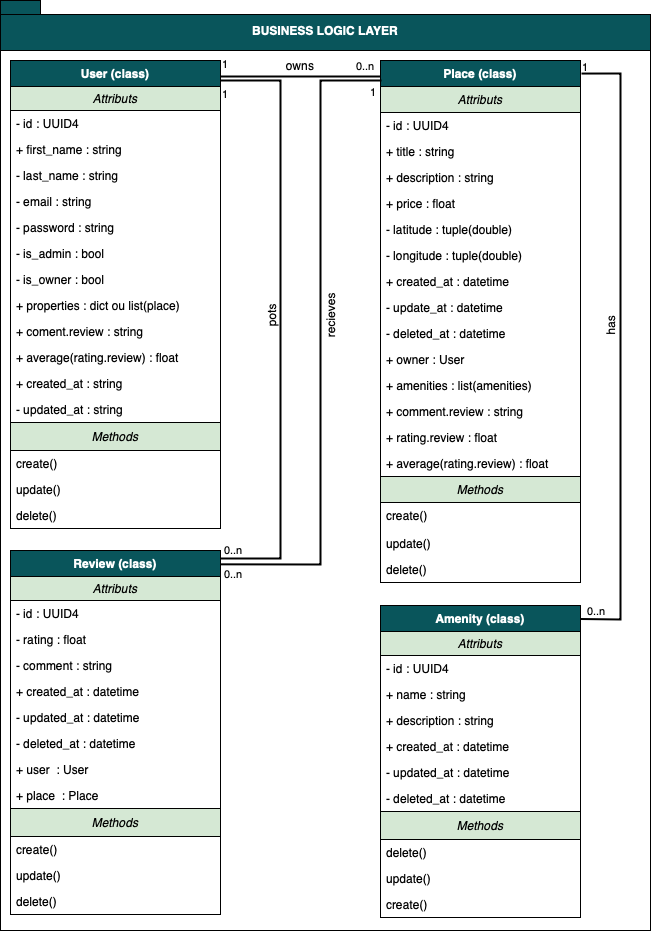
thomas-maye/holbertonschool-hbnb keeps this draw.io diagram as 1. Detailed Class Diagram for Business Logic Layer.drawio.png. Above is the earlier version. Source tidied: cells renumbered, new cells last; positions are measured from the earlier drawing's top-left corner, leaving out a move shared by most shapes.
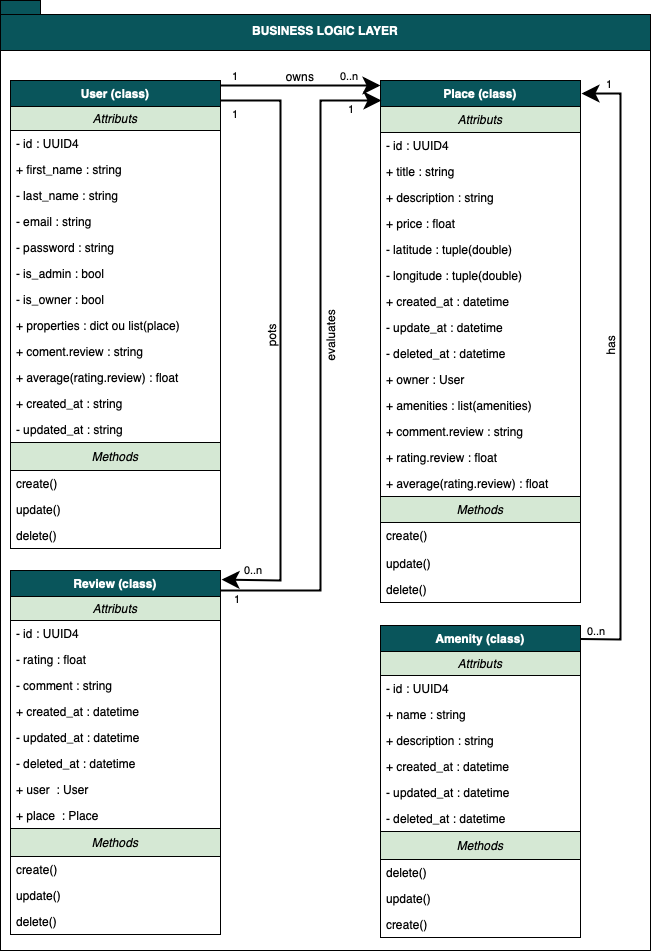
After the change.

The edit, as a diff of the source:
```diff
@@ -3,7 +3,7 @@
     <mxCell id="0" />
     <mxCell id="1" parent="0" />
     <mxCell id="2" style="rounded=0;whiteSpace=wrap;html=1;" parent="1" vertex="1">
-      <mxGeometry y="50" width="650" height="880" as="geometry" />
+      <mxGeometry y="30" width="650" height="900" as="geometry" />
     </mxCell>
     <mxCell id="3" value="User (class)" style="swimlane;fontStyle=1;align=center;verticalAlign=top;horizontal=1;startSize=26;rounded=0;shadow=0;strokeWidth=1;fillColor=#09555B;fontColor=#FFFFFF;" parent="1" vertex="1">
       <mxGeometry x="10" y="60" width="210" height="468" as="geometry" />
@@ -198,39 +198,40 @@
       <mxGeometry y="496" width="200" height="26" as="geometry" />
     </mxCell>
     <mxCell id="67" value="BUSINESS LOGIC LAYER" style="shape=folder;fontStyle=1;spacingTop=10;tabWidth=40;tabHeight=14;tabPosition=left;html=1;whiteSpace=wrap;fillColor=#09555B;fontColor=#FFFFFF;" parent="1" vertex="1">
-      <mxGeometry width="650" height="50" as="geometry" />
+      <mxGeometry y="-20" width="650" height="50" as="geometry" />
     </mxCell>
-    <mxCell id="68" value="1" style="endArrow=none;html=1;endSize=12;startArrow=none;startSize=14;startFill=0;edgeStyle=orthogonalEdgeStyle;align=left;verticalAlign=bottom;rounded=0;endFill=0;strokeWidth=2;" parent="1" edge="1">
+    <mxCell id="68" style="endArrow=classic;html=1;endSize=12;startArrow=none;startSize=6;startFill=0;edgeStyle=orthogonalEdgeStyle;align=left;verticalAlign=bottom;rounded=0;endFill=1;strokeWidth=2;arcSize=20;" parent="1" edge="1">
       <mxGeometry x="-1" y="3" relative="1" as="geometry">
-        <mxPoint x="220" y="76" as="sourcePoint" />
-        <mxPoint x="380" y="76" as="targetPoint" />
+        <mxPoint x="220" y="65" as="sourcePoint" />
+        <mxPoint x="380" y="65" as="targetPoint" />
       </mxGeometry>
     </mxCell>
     <mxCell id="69" value="&lt;span style=&quot;caret-color: rgb(0, 0, 0); color: rgb(0, 0, 0); font-family: Helvetica; font-size: 11px; font-style: normal; font-variant-caps: normal; font-weight: 400; letter-spacing: normal; orphans: auto; text-align: left; text-indent: 0px; text-transform: none; white-space: nowrap; widows: auto; word-spacing: 0px; -webkit-text-stroke-width: 0px; background-color: rgb(255, 255, 255); text-decoration: none; display: inline !important; float: none;&quot;&gt;0..n&lt;/span&gt;" style="text;whiteSpace=wrap;html=1;" parent="1" vertex="1">
-      <mxGeometry x="354" y="52" width="40" height="40" as="geometry" />
+      <mxGeometry x="338" y="42" width="40" height="40" as="geometry" />
     </mxCell>
     <mxCell id="70" value="owns" style="text;html=1;align=center;verticalAlign=middle;whiteSpace=wrap;rounded=0;strokeWidth=2;" parent="1" vertex="1">
-      <mxGeometry x="270" y="50" width="60" height="30" as="geometry" />
+      <mxGeometry x="270" y="41" width="60" height="30" as="geometry" />
     </mxCell>
     <mxCell id="71" value="&lt;span style=&quot;caret-color: rgb(0, 0, 0); color: rgb(0, 0, 0); font-family: Helvetica; font-size: 11px; font-style: normal; font-variant-caps: normal; font-weight: 400; letter-spacing: normal; orphans: auto; text-align: left; text-indent: 0px; text-transform: none; white-space: nowrap; widows: auto; word-spacing: 0px; -webkit-text-stroke-width: 0px; background-color: rgb(255, 255, 255); text-decoration: none; display: inline !important; float: none;&quot;&gt;0..n&lt;/span&gt;" style="text;whiteSpace=wrap;html=1;" parent="1" vertex="1">
       <mxGeometry x="585" y="597" width="40" height="40" as="geometry" />
     </mxCell>
     <mxCell id="72" value="&lt;span style=&quot;caret-color: rgb(0, 0, 0); color: rgb(0, 0, 0); font-family: Helvetica; font-size: 11px; font-style: normal; font-variant-caps: normal; font-weight: 400; letter-spacing: normal; orphans: auto; text-align: left; text-indent: 0px; text-transform: none; white-space: nowrap; widows: auto; word-spacing: 0px; -webkit-text-stroke-width: 0px; background-color: rgb(255, 255, 255); text-decoration: none; display: inline !important; float: none;&quot;&gt;1&lt;/span&gt;" style="text;whiteSpace=wrap;html=1;" parent="1" vertex="1">
-      <mxGeometry x="580" y="53" width="40" height="40" as="geometry" />
+      <mxGeometry x="604" y="50" width="40" height="40" as="geometry" />
     </mxCell>
     <mxCell id="73" value="has" style="text;html=1;align=center;verticalAlign=middle;whiteSpace=wrap;rounded=0;rotation=-90;strokeWidth=2;" parent="1" vertex="1">
       <mxGeometry x="580" y="310" width="60" height="30" as="geometry" />
     </mxCell>
-    <mxCell id="74" style="endArrow=none;endFill=0;endSize=12;html=1;rounded=0;entryX=0.75;entryY=0;entryDx=0;entryDy=0;exitX=1;exitY=0.038;exitDx=0;exitDy=0;exitPerimeter=0;strokeWidth=2;" parent="1" edge="1" source="21">
+    <mxCell id="74" style="endArrow=classic;endFill=1;endSize=12;html=1;rounded=0;strokeWidth=2;startSize=6;jumpSize=6;startArrow=none;startFill=0;strokeColor=default;align=center;verticalAlign=middle;fontFamily=Helvetica;fontSize=11;fontColor=default;labelBackgroundColor=default;" parent="1" edge="1">
       <mxGeometry relative="1" as="geometry">
+        <mxPoint x="220" y="570" as="sourcePoint" />
         <mxPoint x="381" y="80" as="targetPoint" />
         <Array as="points">
-          <mxPoint x="320" y="564" />
+          <mxPoint x="320" y="570" />
           <mxPoint x="320" y="80" />
         </Array>
       </mxGeometry>
     </mxCell>
-    <mxCell id="75" style="endArrow=none;endFill=0;endSize=12;html=1;rounded=0;entryX=1.005;entryY=0.025;entryDx=0;entryDy=0;entryPerimeter=0;strokeWidth=2;" parent="1" edge="1" target="47">
+    <mxCell id="75" style="endArrow=classic;endFill=1;endSize=12;html=1;rounded=0;entryX=1.005;entryY=0.025;entryDx=0;entryDy=0;entryPerimeter=0;strokeWidth=2;" parent="1" edge="1" target="47">
       <mxGeometry relative="1" as="geometry">
         <mxPoint x="580" y="618.5" as="sourcePoint" />
         <Array as="points">
@@ -240,34 +241,36 @@
         </Array>
       </mxGeometry>
     </mxCell>
-    <mxCell id="76" style="endArrow=none;endFill=0;endSize=12;html=1;rounded=0;exitX=1;exitY=0.038;exitDx=0;exitDy=0;exitPerimeter=0;strokeWidth=2;" parent="1" edge="1">
+    <mxCell id="76" style="endArrow=classic;endFill=1;endSize=12;html=1;rounded=0;strokeWidth=2;startArrow=none;startFill=0;strokeColor=default;align=center;verticalAlign=middle;fontFamily=Helvetica;fontSize=11;fontColor=default;labelBackgroundColor=default;jumpSize=6;startSize=6;entryX=1.005;entryY=0.025;entryDx=0;entryDy=0;entryPerimeter=0;" parent="1" edge="1" target="21">
       <mxGeometry relative="1" as="geometry">
-        <mxPoint x="220" y="558" as="sourcePoint" />
-        <mxPoint x="220" y="80" as="targetPoint" />
+        <mxPoint x="220" y="80" as="sourcePoint" />
         <Array as="points">
-          <mxPoint x="280" y="558" />
-          <mxPoint x="280" y="320" />
           <mxPoint x="280" y="80" />
+          <mxPoint x="280" y="388" />
+          <mxPoint x="280" y="560" />
         </Array>
       </mxGeometry>
     </mxCell>
     <mxCell id="77" value="&lt;span style=&quot;caret-color: rgb(0, 0, 0); color: rgb(0, 0, 0); font-family: Helvetica; font-size: 11px; font-style: normal; font-variant-caps: normal; font-weight: 400; letter-spacing: normal; orphans: auto; text-align: left; text-indent: 0px; text-transform: none; white-space: nowrap; widows: auto; word-spacing: 0px; -webkit-text-stroke-width: 0px; background-color: rgb(255, 255, 255); text-decoration: none; display: inline !important; float: none;&quot;&gt;0..n&lt;/span&gt;" style="text;whiteSpace=wrap;html=1;" parent="1" vertex="1">
-      <mxGeometry x="222" y="536" width="40" height="40" as="geometry" />
+      <mxGeometry x="242" y="536" width="40" height="40" as="geometry" />
     </mxCell>
     <mxCell id="78" value="pots" style="text;html=1;align=center;verticalAlign=middle;whiteSpace=wrap;rounded=0;rotation=-90;strokeWidth=2;" parent="1" vertex="1">
       <mxGeometry x="241" y="300" width="60" height="30" as="geometry" />
     </mxCell>
     <mxCell id="79" value="&lt;span style=&quot;caret-color: rgb(0, 0, 0); color: rgb(0, 0, 0); font-family: Helvetica; font-size: 11px; font-style: normal; font-variant-caps: normal; font-weight: 400; letter-spacing: normal; orphans: auto; text-align: left; text-indent: 0px; text-transform: none; white-space: nowrap; widows: auto; word-spacing: 0px; -webkit-text-stroke-width: 0px; background-color: rgb(255, 255, 255); text-decoration: none; display: inline !important; float: none;&quot;&gt;1&lt;/span&gt;" style="text;whiteSpace=wrap;html=1;" parent="1" vertex="1">
-      <mxGeometry x="220" y="80" width="40" height="40" as="geometry" />
+      <mxGeometry x="230" y="80" width="40" height="40" as="geometry" />
     </mxCell>
-    <mxCell id="80" value="recieves" style="text;html=1;align=center;verticalAlign=middle;whiteSpace=wrap;rounded=0;rotation=-90;strokeWidth=2;" parent="1" vertex="1">
+    <mxCell id="80" value="evaluates" style="text;html=1;align=center;verticalAlign=middle;whiteSpace=wrap;rounded=0;rotation=-90;strokeWidth=2;" parent="1" vertex="1">
       <mxGeometry x="300" y="300" width="60" height="30" as="geometry" />
     </mxCell>
     <mxCell id="81" value="&lt;span style=&quot;caret-color: rgb(0, 0, 0); color: rgb(0, 0, 0); font-family: Helvetica; font-size: 11px; font-style: normal; font-variant-caps: normal; font-weight: 400; letter-spacing: normal; orphans: auto; text-align: left; text-indent: 0px; text-transform: none; white-space: nowrap; widows: auto; word-spacing: 0px; -webkit-text-stroke-width: 0px; background-color: rgb(255, 255, 255); text-decoration: none; display: inline !important; float: none;&quot;&gt;1&lt;/span&gt;" style="text;whiteSpace=wrap;html=1;" parent="1" vertex="1">
-      <mxGeometry x="368" y="78" width="40" height="40" as="geometry" />
+      <mxGeometry x="346" y="75" width="40" height="40" as="geometry" />
     </mxCell>
-    <mxCell id="82" value="&lt;span style=&quot;caret-color: rgb(0, 0, 0); color: rgb(0, 0, 0); font-family: Helvetica; font-size: 11px; font-style: normal; font-variant-caps: normal; font-weight: 400; letter-spacing: normal; orphans: auto; text-align: left; text-indent: 0px; text-transform: none; white-space: nowrap; widows: auto; word-spacing: 0px; -webkit-text-stroke-width: 0px; background-color: rgb(255, 255, 255); text-decoration: none; display: inline !important; float: none;&quot;&gt;0..n&lt;/span&gt;" style="text;whiteSpace=wrap;html=1;" parent="1" vertex="1">
-      <mxGeometry x="222" y="560" width="40" height="40" as="geometry" />
+    <mxCell id="82" value="&lt;span style=&quot;caret-color: rgb(0, 0, 0); color: rgb(0, 0, 0); font-family: Helvetica; font-size: 11px; font-style: normal; font-variant-caps: normal; font-weight: 400; letter-spacing: normal; orphans: auto; text-align: left; text-indent: 0px; text-transform: none; white-space: nowrap; widows: auto; word-spacing: 0px; -webkit-text-stroke-width: 0px; background-color: rgb(255, 255, 255); text-decoration: none; display: inline !important; float: none;&quot;&gt;1&lt;/span&gt;" style="text;whiteSpace=wrap;html=1;" parent="1" vertex="1">
+      <mxGeometry x="232" y="565" width="40" height="40" as="geometry" />
     </mxCell>
+    <mxCell id="83" value="&lt;span style=&quot;caret-color: rgb(0, 0, 0); color: rgb(0, 0, 0); font-family: Helvetica; font-size: 11px; font-style: normal; font-variant-caps: normal; font-weight: 400; letter-spacing: normal; orphans: auto; text-align: left; text-indent: 0px; text-transform: none; white-space: nowrap; widows: auto; word-spacing: 0px; -webkit-text-stroke-width: 0px; background-color: rgb(255, 255, 255); text-decoration: none; display: inline !important; float: none;&quot;&gt;1&lt;/span&gt;" style="text;whiteSpace=wrap;html=1;" parent="1" vertex="1">
+      <mxGeometry x="230" y="42" width="40" height="40" as="geometry" />
+    </mxCell>
   </root>
 </mxGraphModel>
```
